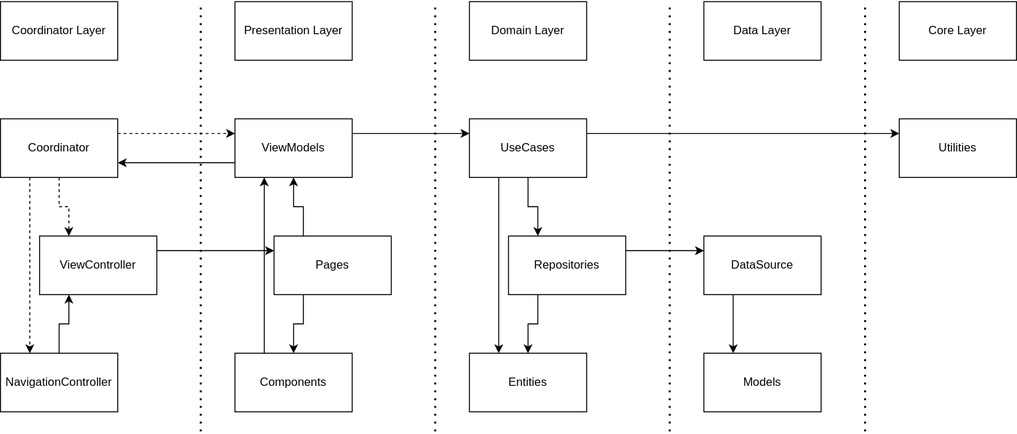
This is assets/MRT Jakarta Navigation Use Cases-Clean Architecture Programming.drawio.svg from jasonrichdarmawan/ProtocolExample, a draw.io export, as it was before one commit. Source tidied: cells renumbered, new cells last; positions are measured from the earlier drawing's top-left corner, leaving out a move shared by most shapes.
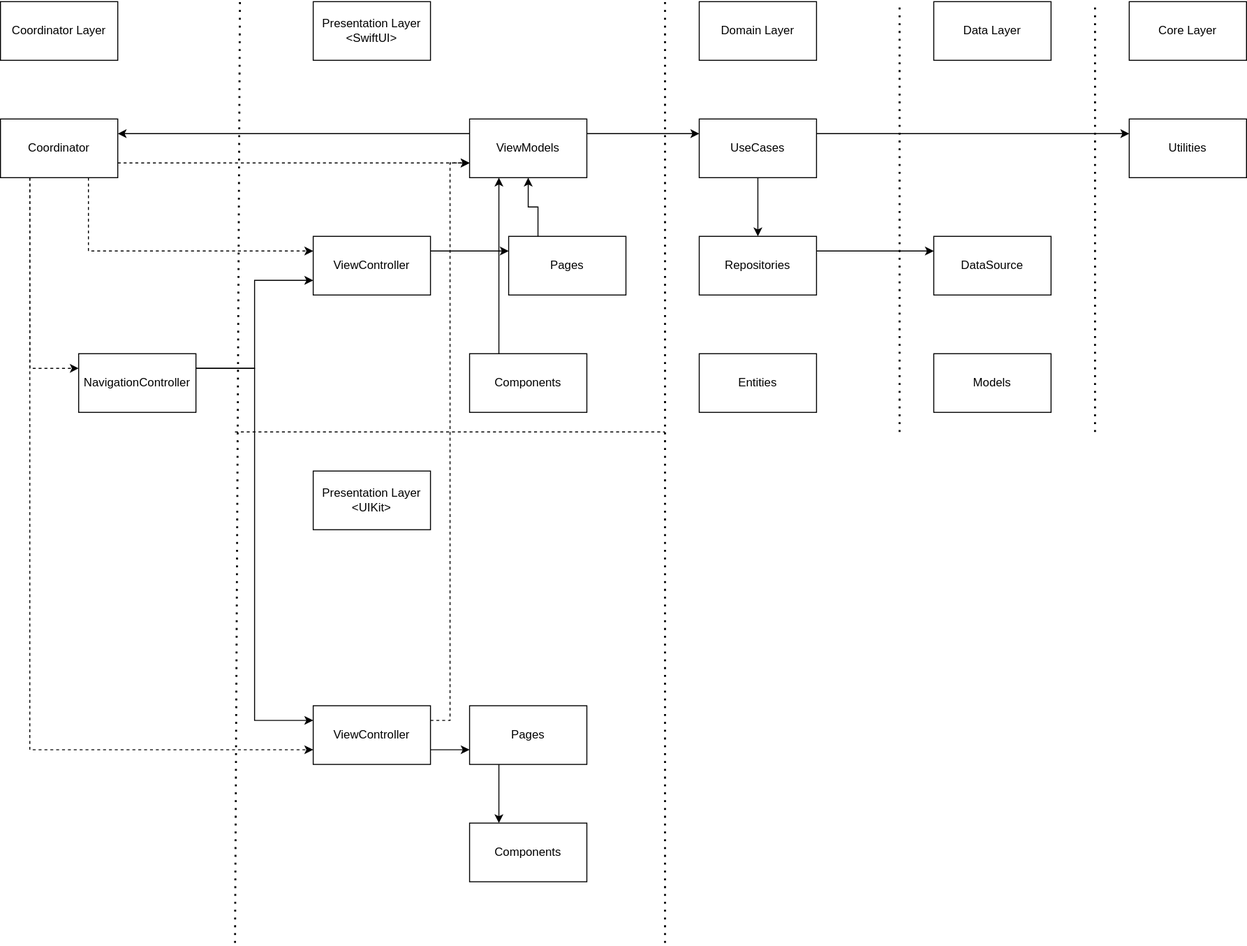
The same file after the commit.

Commit message:
chore: update design pattern

The edit, as a diff of the source:
```diff
@@ -2,128 +2,149 @@
   <root>
     <mxCell id="0" />
     <mxCell id="1" parent="0" />
-    <mxCell id="2" value="Presentation Layer" style="rounded=0;whiteSpace=wrap;html=1;" parent="1" vertex="1">
-      <mxGeometry x="240" width="120" height="60" as="geometry" />
+    <mxCell id="2" value="Presentation Layer&lt;br&gt;&amp;lt;SwiftUI&amp;gt;" style="rounded=0;whiteSpace=wrap;html=1;" parent="1" vertex="1">
+      <mxGeometry x="360" width="120" height="60" as="geometry" />
     </mxCell>
     <mxCell id="3" style="edgeStyle=orthogonalEdgeStyle;rounded=0;jettySize=auto;html=1;entryX=0.5;entryY=1;entryDx=0;entryDy=0;exitX=0.25;exitY=0;exitDx=0;exitDy=0;" parent="1" edge="1" source="5" target="8">
       <mxGeometry relative="1" as="geometry" />
     </mxCell>
-    <mxCell id="4" style="edgeStyle=orthogonalEdgeStyle;rounded=0;jettySize=auto;html=1;entryX=0.5;entryY=0;entryDx=0;entryDy=0;exitX=0.25;exitY=1;exitDx=0;exitDy=0;" parent="1" edge="1" source="5" target="10">
-      <mxGeometry relative="1" as="geometry" />
-    </mxCell>
     <mxCell id="5" value="Pages" style="rounded=0;whiteSpace=wrap;html=1;" parent="1" vertex="1">
-      <mxGeometry x="280" y="240" width="120" height="60" as="geometry" />
+      <mxGeometry x="560" y="240" width="120" height="60" as="geometry" />
     </mxCell>
     <mxCell id="6" style="edgeStyle=orthogonalEdgeStyle;rounded=0;jettySize=auto;html=1;entryX=0;entryY=0.25;entryDx=0;entryDy=0;exitX=1;exitY=0.25;exitDx=0;exitDy=0;" parent="1" edge="1" source="8" target="16">
       <mxGeometry relative="1" as="geometry" />
     </mxCell>
-    <mxCell id="7" style="edgeStyle=orthogonalEdgeStyle;rounded=0;jettySize=auto;html=1;entryX=1;entryY=0.75;entryDx=0;entryDy=0;exitX=0;exitY=0.75;exitDx=0;exitDy=0;" parent="1" edge="1" source="8" target="36">
+    <mxCell id="7" style="edgeStyle=orthogonalEdgeStyle;rounded=0;jettySize=auto;html=1;entryX=1;entryY=0.25;entryDx=0;entryDy=0;exitX=0;exitY=0.25;exitDx=0;exitDy=0;" parent="1" edge="1" source="8" target="36">
       <mxGeometry relative="1" as="geometry" />
     </mxCell>
     <mxCell id="8" value="ViewModels" style="rounded=0;whiteSpace=wrap;html=1;" parent="1" vertex="1">
-      <mxGeometry x="240" y="120" width="120" height="60" as="geometry" />
+      <mxGeometry x="520" y="120" width="120" height="60" as="geometry" />
     </mxCell>
     <mxCell id="9" style="edgeStyle=orthogonalEdgeStyle;rounded=0;jettySize=auto;html=1;entryX=0.25;entryY=1;entryDx=0;entryDy=0;exitX=0.25;exitY=0;exitDx=0;exitDy=0;" parent="1" edge="1" source="10" target="8">
       <mxGeometry relative="1" as="geometry" />
     </mxCell>
     <mxCell id="10" value="Components" style="rounded=0;whiteSpace=wrap;html=1;" parent="1" vertex="1">
-      <mxGeometry x="240" y="360" width="120" height="60" as="geometry" />
+      <mxGeometry x="520" y="360" width="120" height="60" as="geometry" />
     </mxCell>
     <mxCell id="11" value="Domain Layer" style="rounded=0;whiteSpace=wrap;html=1;" parent="1" vertex="1">
-      <mxGeometry x="480" width="120" height="60" as="geometry" />
+      <mxGeometry x="755" width="120" height="60" as="geometry" />
     </mxCell>
     <mxCell id="12" value="Entities" style="rounded=0;whiteSpace=wrap;html=1;" parent="1" vertex="1">
-      <mxGeometry x="480" y="360" width="120" height="60" as="geometry" />
+      <mxGeometry x="755" y="360" width="120" height="60" as="geometry" />
     </mxCell>
-    <mxCell id="13" style="edgeStyle=orthogonalEdgeStyle;rounded=0;jettySize=auto;html=1;exitX=0.5;exitY=1;exitDx=0;exitDy=0;entryX=0.25;entryY=0;entryDx=0;entryDy=0;" parent="1" edge="1" source="16" target="19">
+    <mxCell id="13" style="edgeStyle=orthogonalEdgeStyle;rounded=0;jettySize=auto;html=1;exitX=0.5;exitY=1;exitDx=0;exitDy=0;entryX=0.5;entryY=0;entryDx=0;entryDy=0;" parent="1" edge="1" source="16" target="19">
       <mxGeometry relative="1" as="geometry" />
     </mxCell>
-    <mxCell id="14" style="edgeStyle=orthogonalEdgeStyle;rounded=0;jettySize=auto;html=1;entryX=0.25;entryY=0;entryDx=0;entryDy=0;exitX=0.25;exitY=1;exitDx=0;exitDy=0;" parent="1" edge="1" source="16" target="12">
-      <mxGeometry relative="1" as="geometry" />
-    </mxCell>
     <mxCell id="15" style="edgeStyle=orthogonalEdgeStyle;rounded=0;jettySize=auto;html=1;entryX=0;entryY=0.25;entryDx=0;entryDy=0;exitX=1;exitY=0.25;exitDx=0;exitDy=0;" parent="1" edge="1" source="16" target="28">
       <mxGeometry relative="1" as="geometry" />
     </mxCell>
     <mxCell id="16" value="UseCases" style="rounded=0;whiteSpace=wrap;html=1;" parent="1" vertex="1">
-      <mxGeometry x="480" y="120" width="120" height="60" as="geometry" />
+      <mxGeometry x="755" y="120" width="120" height="60" as="geometry" />
     </mxCell>
-    <mxCell id="17" style="edgeStyle=orthogonalEdgeStyle;rounded=0;jettySize=auto;html=1;entryX=0.5;entryY=0;entryDx=0;entryDy=0;exitX=0.25;exitY=1;exitDx=0;exitDy=0;" parent="1" edge="1" source="19" target="12">
-      <mxGeometry relative="1" as="geometry" />
-    </mxCell>
     <mxCell id="18" style="edgeStyle=orthogonalEdgeStyle;rounded=0;jettySize=auto;html=1;entryX=0;entryY=0.25;entryDx=0;entryDy=0;exitX=1;exitY=0.25;exitDx=0;exitDy=0;" parent="1" edge="1" source="19" target="22">
       <mxGeometry relative="1" as="geometry" />
     </mxCell>
     <mxCell id="19" value="Repositories" style="rounded=0;whiteSpace=wrap;html=1;" parent="1" vertex="1">
-      <mxGeometry x="520" y="240" width="120" height="60" as="geometry" />
+      <mxGeometry x="755" y="240" width="120" height="60" as="geometry" />
     </mxCell>
     <mxCell id="20" value="Data Layer" style="rounded=0;whiteSpace=wrap;html=1;" parent="1" vertex="1">
-      <mxGeometry x="720" width="120" height="60" as="geometry" />
+      <mxGeometry x="995" width="120" height="60" as="geometry" />
     </mxCell>
-    <mxCell id="21" style="edgeStyle=orthogonalEdgeStyle;rounded=0;jettySize=auto;html=1;entryX=0.25;entryY=0;entryDx=0;entryDy=0;exitX=0.25;exitY=1;exitDx=0;exitDy=0;" parent="1" edge="1" source="22" target="23">
-      <mxGeometry relative="1" as="geometry" />
-    </mxCell>
     <mxCell id="22" value="DataSource" style="rounded=0;whiteSpace=wrap;html=1;" parent="1" vertex="1">
-      <mxGeometry x="720" y="240" width="120" height="60" as="geometry" />
+      <mxGeometry x="995" y="240" width="120" height="60" as="geometry" />
     </mxCell>
     <mxCell id="23" value="Models" style="rounded=0;whiteSpace=wrap;html=1;" parent="1" vertex="1">
-      <mxGeometry x="720" y="360" width="120" height="60" as="geometry" />
+      <mxGeometry x="995" y="360" width="120" height="60" as="geometry" />
     </mxCell>
     <mxCell id="24" style="endArrow=none;dashed=1;html=1;dashPattern=1 3;strokeWidth=2;rounded=0;" parent="1" edge="1">
       <mxGeometry relative="1" as="geometry">
-        <mxPoint x="445" y="440" as="sourcePoint" />
-        <mxPoint x="445" as="targetPoint" />
+        <mxPoint x="720" y="962.5" as="sourcePoint" />
+        <mxPoint x="720" as="targetPoint" />
       </mxGeometry>
     </mxCell>
     <mxCell id="25" style="endArrow=none;dashed=1;html=1;dashPattern=1 3;strokeWidth=2;rounded=0;" parent="1" edge="1">
       <mxGeometry relative="1" as="geometry">
-        <mxPoint x="685" y="440" as="sourcePoint" />
-        <mxPoint x="685" as="targetPoint" />
+        <mxPoint x="960" y="440" as="sourcePoint" />
+        <mxPoint x="960" as="targetPoint" />
       </mxGeometry>
     </mxCell>
     <mxCell id="26" style="endArrow=none;dashed=1;html=1;dashPattern=1 3;strokeWidth=2;rounded=0;" parent="1" edge="1">
       <mxGeometry relative="1" as="geometry">
-        <mxPoint x="885" y="440" as="sourcePoint" />
-        <mxPoint x="885" as="targetPoint" />
+        <mxPoint x="1160" y="440" as="sourcePoint" />
+        <mxPoint x="1160" as="targetPoint" />
       </mxGeometry>
     </mxCell>
     <mxCell id="27" value="Core Layer" style="rounded=0;whiteSpace=wrap;html=1;" parent="1" vertex="1">
-      <mxGeometry x="920" width="120" height="60" as="geometry" />
+      <mxGeometry x="1195" width="120" height="60" as="geometry" />
     </mxCell>
     <mxCell id="28" value="Utilities" style="rounded=0;whiteSpace=wrap;html=1;" parent="1" vertex="1">
-      <mxGeometry x="920" y="120" width="120" height="60" as="geometry" />
+      <mxGeometry x="1195" y="120" width="120" height="60" as="geometry" />
     </mxCell>
     <mxCell id="29" value="Coordinator Layer" style="rounded=0;whiteSpace=wrap;html=1;" parent="1" vertex="1">
-      <mxGeometry width="120" height="60" as="geometry" />
+      <mxGeometry x="40" width="120" height="60" as="geometry" />
     </mxCell>
     <mxCell id="30" style="endArrow=none;dashed=1;html=1;dashPattern=1 3;strokeWidth=2;rounded=0;" parent="1" edge="1">
       <mxGeometry relative="1" as="geometry">
-        <mxPoint x="205" y="440" as="sourcePoint" />
-        <mxPoint x="205" as="targetPoint" />
+        <mxPoint x="280" y="962.5" as="sourcePoint" />
+        <mxPoint x="285" as="targetPoint" />
       </mxGeometry>
     </mxCell>
     <mxCell id="31" style="edgeStyle=orthogonalEdgeStyle;rounded=0;jettySize=auto;html=1;entryX=0;entryY=0.25;entryDx=0;entryDy=0;exitX=1;exitY=0.25;exitDx=0;exitDy=0;" parent="1" edge="1" source="32" target="5">
       <mxGeometry relative="1" as="geometry" />
     </mxCell>
     <mxCell id="32" value="ViewController" style="rounded=0;whiteSpace=wrap;html=1;" parent="1" vertex="1">
-      <mxGeometry x="40" y="240" width="120" height="60" as="geometry" />
+      <mxGeometry x="360" y="240" width="120" height="60" as="geometry" />
     </mxCell>
-    <mxCell id="33" style="edgeStyle=orthogonalEdgeStyle;rounded=0;jettySize=auto;html=1;entryX=0.25;entryY=0;entryDx=0;entryDy=0;dashed=1;exitX=0.5;exitY=1;exitDx=0;exitDy=0;" parent="1" edge="1" source="36" target="32">
+    <mxCell id="33" style="edgeStyle=orthogonalEdgeStyle;rounded=0;jettySize=auto;html=1;entryX=0;entryY=0.25;entryDx=0;entryDy=0;dashed=1;exitX=0.75;exitY=1;exitDx=0;exitDy=0;" parent="1" edge="1" source="36" target="32">
       <mxGeometry relative="1" as="geometry" />
     </mxCell>
-    <mxCell id="34" style="edgeStyle=orthogonalEdgeStyle;rounded=0;jettySize=auto;html=1;entryX=0;entryY=0.25;entryDx=0;entryDy=0;exitX=1;exitY=0.25;exitDx=0;exitDy=0;dashed=1;" parent="1" edge="1" source="36" target="8">
+    <mxCell id="34" style="edgeStyle=orthogonalEdgeStyle;rounded=0;jettySize=auto;html=1;entryX=0;entryY=0.75;entryDx=0;entryDy=0;exitX=1;exitY=0.75;exitDx=0;exitDy=0;dashed=1;" parent="1" edge="1" source="36" target="8">
       <mxGeometry relative="1" as="geometry" />
     </mxCell>
+    <mxCell id="39" style="edgeStyle=orthogonalEdgeStyle;rounded=0;jettySize=auto;html=1;entryX=0;entryY=0.75;entryDx=0;entryDy=0;exitX=0.25;exitY=1;exitDx=0;exitDy=0;dashed=1;" parent="1" edge="1" source="36" target="47">
+      <mxGeometry relative="1" as="geometry" />
+    </mxCell>
-    <mxCell id="35" style="edgeStyle=orthogonalEdgeStyle;rounded=0;jettySize=auto;html=1;entryX=0.25;entryY=0;entryDx=0;entryDy=0;exitX=0.25;exitY=1;exitDx=0;exitDy=0;dashed=1;" parent="1" edge="1" source="36" target="38">
+    <mxCell id="35" style="edgeStyle=orthogonalEdgeStyle;rounded=0;jettySize=auto;html=1;entryX=0;entryY=0.25;entryDx=0;entryDy=0;exitX=0.25;exitY=1;exitDx=0;exitDy=0;dashed=1;" parent="1" edge="1" source="36" target="38">
       <mxGeometry relative="1" as="geometry" />
     </mxCell>
     <mxCell id="36" value="Coordinator" style="rounded=0;whiteSpace=wrap;html=1;" parent="1" vertex="1">
-      <mxGeometry y="120" width="120" height="60" as="geometry" />
+      <mxGeometry x="40" y="120" width="120" height="60" as="geometry" />
     </mxCell>
-    <mxCell id="37" style="edgeStyle=orthogonalEdgeStyle;rounded=0;jettySize=auto;html=1;entryX=0.25;entryY=1;entryDx=0;entryDy=0;" parent="1" edge="1" source="38" target="32">
+    <mxCell id="37" style="edgeStyle=orthogonalEdgeStyle;rounded=0;jettySize=auto;html=1;entryX=0;entryY=0.75;entryDx=0;entryDy=0;exitX=1;exitY=0.25;exitDx=0;exitDy=0;" parent="1" edge="1" source="38" target="32">
       <mxGeometry relative="1" as="geometry" />
     </mxCell>
+    <mxCell id="40" style="edgeStyle=orthogonalEdgeStyle;rounded=0;jettySize=auto;html=1;entryX=0;entryY=0.25;entryDx=0;entryDy=0;exitX=1;exitY=0.25;exitDx=0;exitDy=0;" parent="1" edge="1" source="38" target="47">
+      <mxGeometry relative="1" as="geometry" />
+    </mxCell>
     <mxCell id="38" value="NavigationController" style="rounded=0;whiteSpace=wrap;html=1;" parent="1" vertex="1">
-      <mxGeometry y="360" width="120" height="60" as="geometry" />
+      <mxGeometry x="120" y="360" width="120" height="60" as="geometry" />
     </mxCell>
+    <mxCell id="41" value="Presentation Layer&lt;br&gt;&amp;lt;UIKit&amp;gt;" style="rounded=0;whiteSpace=wrap;html=1;" parent="1" vertex="1">
+      <mxGeometry x="360" y="480" width="120" height="60" as="geometry" />
+    </mxCell>
+    <mxCell id="42" style="edgeStyle=orthogonalEdgeStyle;rounded=0;jettySize=auto;html=1;entryX=0.25;entryY=0;entryDx=0;entryDy=0;exitX=0.25;exitY=1;exitDx=0;exitDy=0;" parent="1" edge="1" source="43" target="44">
+      <mxGeometry relative="1" as="geometry" />
+    </mxCell>
+    <mxCell id="43" value="Pages" style="rounded=0;whiteSpace=wrap;html=1;" parent="1" vertex="1">
+      <mxGeometry x="520" y="720" width="120" height="60" as="geometry" />
+    </mxCell>
+    <mxCell id="44" value="Components" style="rounded=0;whiteSpace=wrap;html=1;" parent="1" vertex="1">
+      <mxGeometry x="520" y="840" width="120" height="60" as="geometry" />
+    </mxCell>
+    <mxCell id="45" style="edgeStyle=orthogonalEdgeStyle;rounded=0;jettySize=auto;html=1;entryX=0;entryY=0.75;entryDx=0;entryDy=0;exitX=1;exitY=0.75;exitDx=0;exitDy=0;" parent="1" edge="1" source="47" target="43">
+      <mxGeometry relative="1" as="geometry" />
+    </mxCell>
+    <mxCell id="46" style="edgeStyle=orthogonalEdgeStyle;rounded=0;jettySize=auto;html=1;entryX=0;entryY=0.75;entryDx=0;entryDy=0;dashed=1;exitX=1;exitY=0.25;exitDx=0;exitDy=0;" parent="1" edge="1" source="47" target="8">
+      <mxGeometry relative="1" as="geometry" />
+    </mxCell>
+    <mxCell id="47" value="ViewController" style="rounded=0;whiteSpace=wrap;html=1;" parent="1" vertex="1">
+      <mxGeometry x="360" y="720" width="120" height="60" as="geometry" />
+    </mxCell>
+    <mxCell id="48" style="endArrow=none;dashed=1;html=1;rounded=0;" parent="1" edge="1">
+      <mxGeometry relative="1" as="geometry">
+        <mxPoint x="280" y="440" as="sourcePoint" />
+        <mxPoint x="720" y="440" as="targetPoint" />
+      </mxGeometry>
+    </mxCell>
   </root>
 </mxGraphModel>
```
